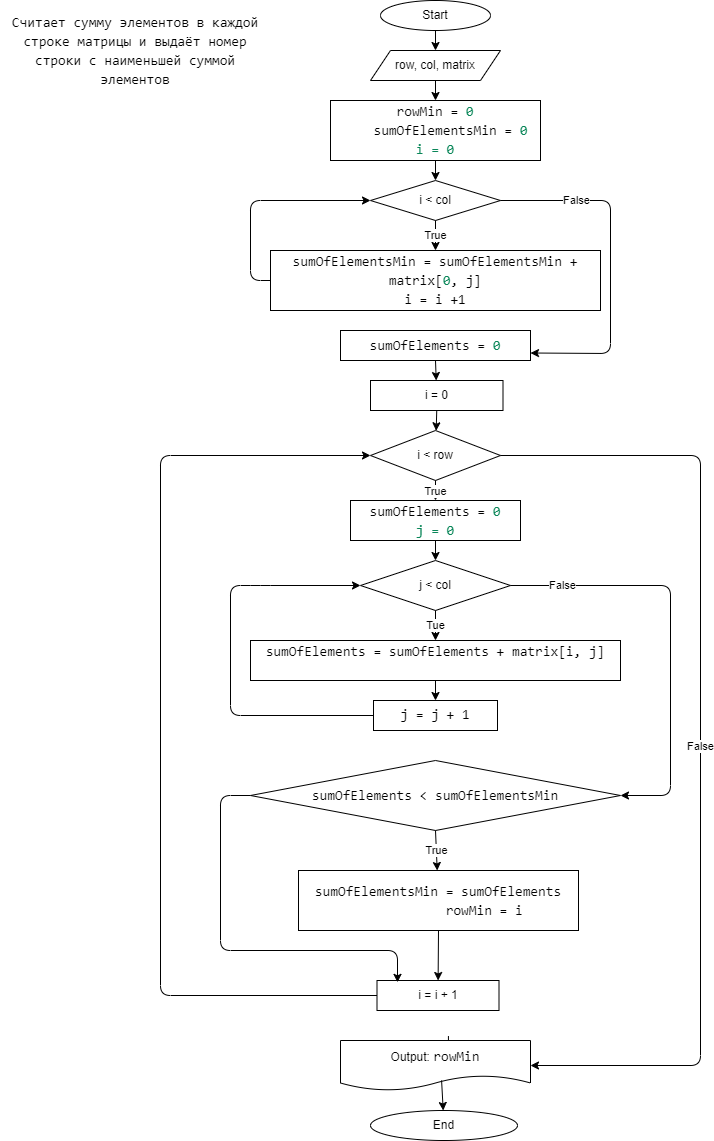
Before: diagram.drawio.png, a diagram exported from draw.io (kononovaele/HomeTask_8). Source tidied: cells renumbered, new cells last; positions are measured from the earlier drawing's top-left corner, leaving out a move shared by most shapes.
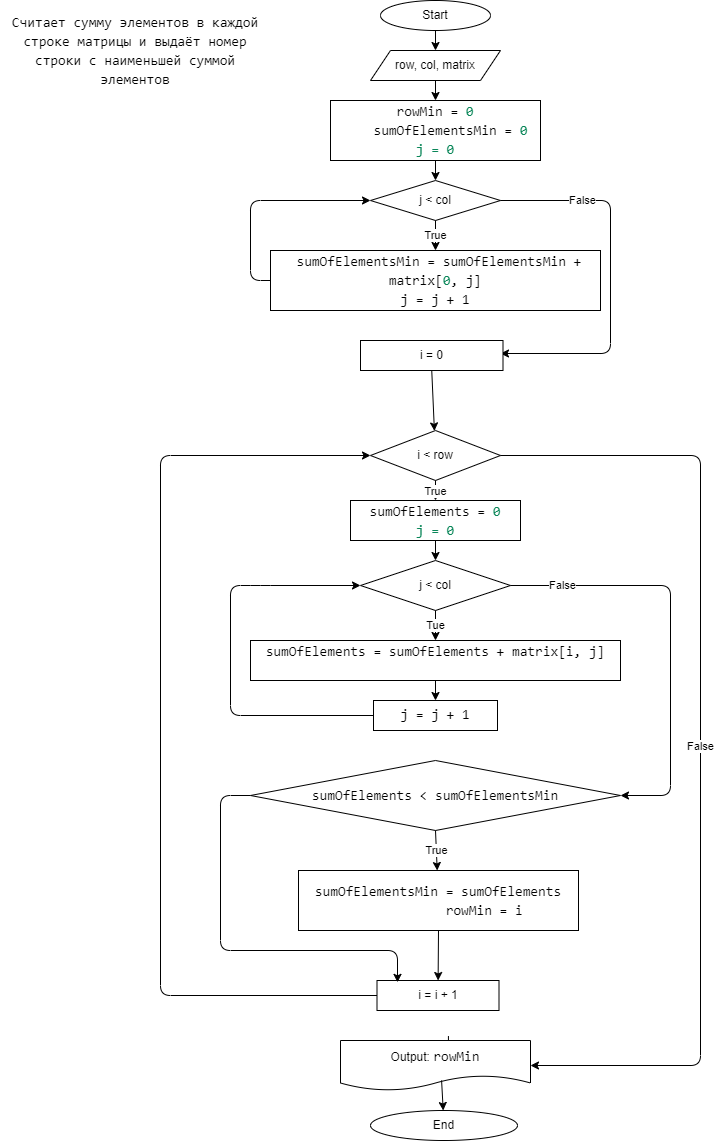
The same diagram one commit later.

Commit message:
fix bug in block-schema

Diff of the diagram source:
```diff
@@ -14,13 +14,13 @@
     <mxCell id="5" value="row, col, matrix" style="shape=parallelogram;perimeter=parallelogramPerimeter;whiteSpace=wrap;html=1;fixedSize=1;fontColor=#000000;" parent="1" vertex="1">
       <mxGeometry x="370" y="50" width="130" height="30" as="geometry" />
     </mxCell>
-    <mxCell id="6" value="&lt;div style=&quot;background-color: rgb(255, 255, 255); font-family: Consolas, &amp;quot;Courier New&amp;quot;, monospace; font-size: 14px; line-height: 19px;&quot;&gt;&lt;div&gt;rowMin = &lt;span style=&quot;color: #098658;&quot;&gt;0&lt;/span&gt;&lt;/div&gt;&lt;div&gt;&amp;nbsp; &amp;nbsp; sumOfElementsMin = &lt;span style=&quot;color: #098658;&quot;&gt;0&lt;/span&gt;&lt;/div&gt;&lt;div&gt;&lt;span style=&quot;color: #098658;&quot;&gt;i = 0&lt;/span&gt;&lt;/div&gt;&lt;/div&gt;" style="rounded=0;whiteSpace=wrap;html=1;fontColor=#000000;" parent="1" vertex="1">
+    <mxCell id="6" value="&lt;div style=&quot;background-color: rgb(255, 255, 255); font-family: Consolas, &amp;quot;Courier New&amp;quot;, monospace; font-size: 14px; line-height: 19px;&quot;&gt;&lt;div&gt;rowMin = &lt;span style=&quot;color: #098658;&quot;&gt;0&lt;/span&gt;&lt;/div&gt;&lt;div&gt;&amp;nbsp; &amp;nbsp; sumOfElementsMin = &lt;span style=&quot;color: #098658;&quot;&gt;0&lt;/span&gt;&lt;/div&gt;&lt;div&gt;&lt;span style=&quot;color: #098658;&quot;&gt;j = 0&lt;/span&gt;&lt;/div&gt;&lt;/div&gt;" style="rounded=0;whiteSpace=wrap;html=1;fontColor=#000000;" parent="1" vertex="1">
       <mxGeometry x="330" y="100" width="210" height="60" as="geometry" />
     </mxCell>
-    <mxCell id="7" value="i &amp;lt; col" style="rhombus;whiteSpace=wrap;html=1;fontColor=#000000;" parent="1" vertex="1">
+    <mxCell id="7" value="j &amp;lt; col" style="rhombus;whiteSpace=wrap;html=1;fontColor=#000000;" parent="1" vertex="1">
       <mxGeometry x="370" y="180" width="130" height="40" as="geometry" />
     </mxCell>
-    <mxCell id="8" value="&lt;div style=&quot;background-color: rgb(255, 255, 255); font-family: Consolas, &amp;quot;Courier New&amp;quot;, monospace; font-size: 14px; line-height: 19px;&quot;&gt;sumOfElementsMin = sumOfElementsMin + matrix[&lt;span style=&quot;color: #098658;&quot;&gt;0&lt;/span&gt;, j]&lt;/div&gt;&lt;div style=&quot;background-color: rgb(255, 255, 255); font-family: Consolas, &amp;quot;Courier New&amp;quot;, monospace; font-size: 14px; line-height: 19px;&quot;&gt;i = i +1&lt;/div&gt;" style="rounded=0;whiteSpace=wrap;html=1;fontColor=#000000;" parent="1" vertex="1">
+    <mxCell id="8" value="&lt;div style=&quot;background-color: rgb(255, 255, 255); font-family: Consolas, &amp;quot;Courier New&amp;quot;, monospace; font-size: 14px; line-height: 19px;&quot;&gt;&lt;div style=&quot;line-height: 19px;&quot;&gt;&amp;nbsp;sumOfElementsMin = sumOfElementsMin + matrix[&lt;span style=&quot;color: #098658;&quot;&gt;0&lt;/span&gt;, j]&lt;/div&gt;&lt;div style=&quot;line-height: 19px;&quot;&gt;j = j + 1&lt;/div&gt;&lt;/div&gt;" style="rounded=0;whiteSpace=wrap;html=1;fontColor=#000000;" parent="1" vertex="1">
       <mxGeometry x="270" y="250" width="330" height="60" as="geometry" />
     </mxCell>
     <mxCell id="9" style="endArrow=classic;html=1;fontColor=#000000;exitX=0.5;exitY=1;exitDx=0;exitDy=0;" parent="1" edge="1" source="2" target="5">
@@ -43,11 +43,9 @@
         </Array>
       </mxGeometry>
     </mxCell>
-    <mxCell id="14" value="&lt;div style=&quot;background-color: rgb(255, 255, 255); font-family: Consolas, &amp;quot;Courier New&amp;quot;, monospace; font-size: 14px; line-height: 19px;&quot;&gt;sumOfElements = &lt;span style=&quot;color: #098658;&quot;&gt;0&lt;/span&gt;&lt;/div&gt;" style="rounded=0;whiteSpace=wrap;html=1;fontColor=#000000;" parent="1" vertex="1">
-      <mxGeometry x="340" y="330" width="190" height="30" as="geometry" />
-    </mxCell>
-    <mxCell id="15" style="endArrow=classic;html=1;fontColor=#000000;exitX=1;exitY=0.5;exitDx=0;exitDy=0;entryX=1;entryY=0.75;entryDx=0;entryDy=0;" parent="1" edge="1" source="7" target="14">
+    <mxCell id="15" style="endArrow=classic;html=1;fontColor=#000000;exitX=1;exitY=0.5;exitDx=0;exitDy=0;" parent="1" edge="1" source="7">
       <mxGeometry relative="1" as="geometry">
+        <mxPoint x="500" y="353" as="targetPoint" />
         <Array as="points">
           <mxPoint x="610" y="200" />
           <mxPoint x="610" y="353" />
@@ -58,11 +56,8 @@
       <mxGeometry x="-0.56" y="1" relative="1" as="geometry" />
     </mxCell>
     <mxCell id="17" value="i = 0" style="rounded=0;whiteSpace=wrap;html=1;fontColor=#000000;" parent="1" vertex="1">
-      <mxGeometry x="370" y="380" width="132.5" height="30" as="geometry" />
+      <mxGeometry x="360" y="340" width="142.5" height="30" as="geometry" />
     </mxCell>
-    <mxCell id="18" style="endArrow=classic;html=1;fontColor=#000000;exitX=0.5;exitY=1;exitDx=0;exitDy=0;" parent="1" edge="1" source="14" target="17">
-      <mxGeometry relative="1" as="geometry" />
-    </mxCell>
     <mxCell id="19" value="i &amp;lt; row" style="rhombus;whiteSpace=wrap;html=1;fontColor=#000000;" parent="1" vertex="1">
       <mxGeometry x="370" y="430" width="130" height="50" as="geometry" />
     </mxCell>
```
